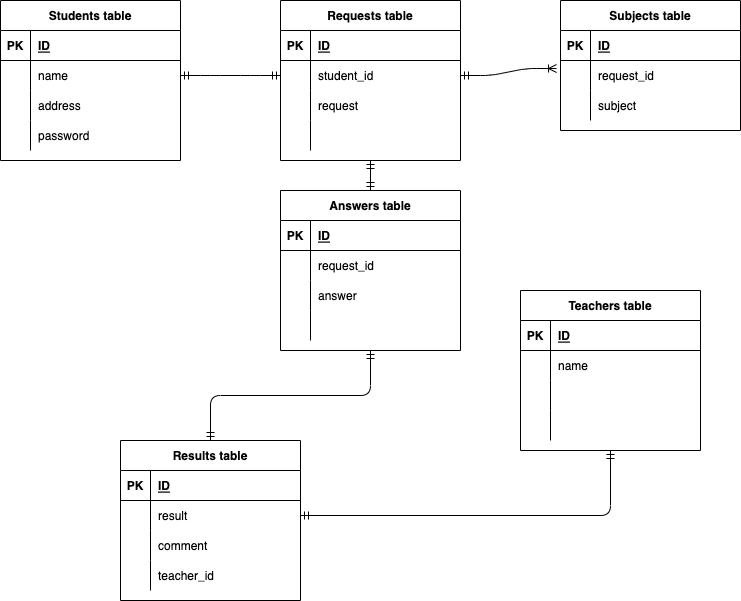
Above: test.drawio.png in nishihatakoh/databaseTest (draw.io), before the change. Source tidied: cells renumbered, new cells last; positions are measured from the earlier drawing's top-left corner, leaving out a move shared by most shapes.
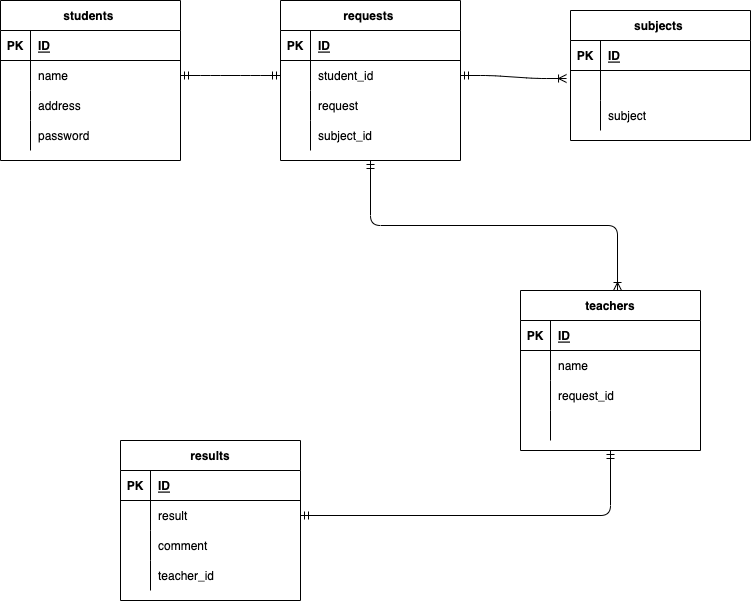
After the commit.

Diff of the diagram source:
```diff
@@ -2,7 +2,7 @@
   <root>
     <mxCell id="0" />
     <mxCell id="1" parent="0" />
-    <mxCell id="2" value="Students table" style="shape=table;startSize=30;rowLines=0;fontStyle=1;align=center;" parent="1" vertex="1">
+    <mxCell id="2" value="students " style="shape=table;startSize=30;rowLines=0;fontStyle=1;align=center;" parent="1" vertex="1">
       <mxGeometry width="180" height="160" as="geometry" />
     </mxCell>
     <mxCell id="3" style="shape=partialRectangle;fillColor=none;top=0;left=0;bottom=1;right=0;" parent="2" vertex="1">
@@ -41,7 +41,7 @@
     <mxCell id="14" value="password" style="shape=partialRectangle;fillColor=none;top=0;left=0;bottom=0;right=0;align=left;spacingLeft=6;overflow=hidden;" parent="12" vertex="1">
       <mxGeometry x="30" width="150" height="30" as="geometry" />
     </mxCell>
-    <mxCell id="15" value="Requests table" style="shape=table;startSize=30;rowLines=0;fontStyle=1;align=center;" parent="1" vertex="1">
+    <mxCell id="15" value="requests " style="shape=table;startSize=30;rowLines=0;fontStyle=1;align=center;" parent="1" vertex="1">
       <mxGeometry x="280" width="180" height="160" as="geometry" />
     </mxCell>
     <mxCell id="16" style="shape=partialRectangle;fillColor=none;top=0;left=0;bottom=1;right=0;" parent="15" vertex="1">
@@ -77,10 +77,10 @@
     <mxCell id="26" style="shape=partialRectangle;fillColor=none;top=0;left=0;bottom=0;right=0;overflow=hidden;" parent="25" vertex="1">
       <mxGeometry width="30" height="30" as="geometry" />
     </mxCell>
-    <mxCell id="27" style="shape=partialRectangle;fillColor=none;top=0;left=0;bottom=0;right=0;align=left;spacingLeft=6;overflow=hidden;" parent="25" vertex="1">
+    <mxCell id="27" value="subject_id" style="shape=partialRectangle;fillColor=none;top=0;left=0;bottom=0;right=0;align=left;spacingLeft=6;overflow=hidden;" parent="25" vertex="1">
       <mxGeometry x="30" width="150" height="30" as="geometry" />
     </mxCell>
-    <mxCell id="28" value="Results table" style="shape=table;startSize=30;rowLines=0;fontStyle=1;align=center;" parent="1" vertex="1">
+    <mxCell id="28" value="results" style="shape=table;startSize=30;rowLines=0;fontStyle=1;align=center;" parent="1" vertex="1">
       <mxGeometry x="120" y="440" width="180" height="160" as="geometry" />
     </mxCell>
     <mxCell id="29" style="shape=partialRectangle;fillColor=none;top=0;left=0;bottom=1;right=0;" parent="28" vertex="1">
@@ -119,7 +119,7 @@
     <mxCell id="40" value="teacher_id" style="shape=partialRectangle;fillColor=none;top=0;left=0;bottom=0;right=0;align=left;spacingLeft=6;overflow=hidden;" parent="38" vertex="1">
       <mxGeometry x="30" width="150" height="30" as="geometry" />
     </mxCell>
-    <mxCell id="41" value="Teachers table" style="shape=table;startSize=30;rowLines=0;fontStyle=1;align=center;" parent="1" vertex="1">
+    <mxCell id="41" value="teachers" style="shape=table;startSize=30;rowLines=0;fontStyle=1;align=center;" parent="1" vertex="1">
       <mxGeometry x="520" y="290" width="180" height="160" as="geometry" />
     </mxCell>
     <mxCell id="42" style="shape=partialRectangle;fillColor=none;top=0;left=0;bottom=1;right=0;" parent="41" vertex="1">
@@ -146,7 +146,7 @@
     <mxCell id="49" style="shape=partialRectangle;fillColor=none;top=0;left=0;bottom=0;right=0;overflow=hidden;" parent="48" vertex="1">
       <mxGeometry width="30" height="30" as="geometry" />
     </mxCell>
-    <mxCell id="50" style="shape=partialRectangle;fillColor=none;top=0;left=0;bottom=0;right=0;align=left;spacingLeft=6;overflow=hidden;" parent="48" vertex="1">
+    <mxCell id="50" value="request_id" style="shape=partialRectangle;fillColor=none;top=0;left=0;bottom=0;right=0;align=left;spacingLeft=6;overflow=hidden;" parent="48" vertex="1">
       <mxGeometry x="30" width="150" height="30" as="geometry" />
     </mxCell>
     <mxCell id="51" style="shape=partialRectangle;fillColor=none;top=0;left=0;bottom=0;right=0;" parent="41" vertex="1">
@@ -170,53 +170,8 @@
     <mxCell id="57" style="edgeStyle=orthogonalEdgeStyle;fontSize=12;html=1;endArrow=ERmandOne;startArrow=ERmandOne;exitX=1;exitY=0.5;exitDx=0;exitDy=0;entryX=0.5;entryY=1;entryDx=0;entryDy=0;" parent="1" edge="1" source="32" target="41">
       <mxGeometry relative="1" as="geometry" />
     </mxCell>
-    <mxCell id="58" value="Answers table" style="shape=table;startSize=30;rowLines=0;fontStyle=1;align=center;" parent="1" vertex="1">
-      <mxGeometry x="280" y="190" width="180" height="160" as="geometry" />
-    </mxCell>
-    <mxCell id="59" style="shape=partialRectangle;fillColor=none;top=0;left=0;bottom=1;right=0;" parent="58" vertex="1">
-      <mxGeometry y="30" width="180" height="30" as="geometry" />
-    </mxCell>
-    <mxCell id="60" value="PK" style="shape=partialRectangle;fillColor=none;top=0;left=0;bottom=0;right=0;fontStyle=1;overflow=hidden;" parent="59" vertex="1">
-      <mxGeometry width="30" height="30" as="geometry" />
-    </mxCell>
-    <mxCell id="61" value="ID" style="shape=partialRectangle;fillColor=none;top=0;left=0;bottom=0;right=0;align=left;spacingLeft=6;fontStyle=5;overflow=hidden;" parent="59" vertex="1">
-      <mxGeometry x="30" width="150" height="30" as="geometry" />
-    </mxCell>
-    <mxCell id="62" style="shape=partialRectangle;fillColor=none;top=0;left=0;bottom=0;right=0;" parent="58" vertex="1">
-      <mxGeometry y="60" width="180" height="30" as="geometry" />
-    </mxCell>
-    <mxCell id="63" style="shape=partialRectangle;fillColor=none;top=0;left=0;bottom=0;right=0;overflow=hidden;" parent="62" vertex="1">
-      <mxGeometry width="30" height="30" as="geometry" />
-    </mxCell>
-    <mxCell id="64" value="request_id" style="shape=partialRectangle;fillColor=none;top=0;left=0;bottom=0;right=0;align=left;spacingLeft=6;overflow=hidden;" parent="62" vertex="1">
-      <mxGeometry x="30" width="150" height="30" as="geometry" />
-    </mxCell>
-    <mxCell id="65" style="shape=partialRectangle;fillColor=none;top=0;left=0;bottom=0;right=0;" parent="58" vertex="1">
-      <mxGeometry y="90" width="180" height="30" as="geometry" />
-    </mxCell>
-    <mxCell id="66" style="shape=partialRectangle;fillColor=none;top=0;left=0;bottom=0;right=0;overflow=hidden;" parent="65" vertex="1">
-      <mxGeometry width="30" height="30" as="geometry" />
-    </mxCell>
-    <mxCell id="67" value="answer" style="shape=partialRectangle;fillColor=none;top=0;left=0;bottom=0;right=0;align=left;spacingLeft=6;overflow=hidden;" parent="65" vertex="1">
-      <mxGeometry x="30" width="150" height="30" as="geometry" />
-    </mxCell>
-    <mxCell id="68" style="shape=partialRectangle;fillColor=none;top=0;left=0;bottom=0;right=0;" parent="58" vertex="1">
-      <mxGeometry y="120" width="180" height="30" as="geometry" />
-    </mxCell>
-    <mxCell id="69" style="shape=partialRectangle;fillColor=none;top=0;left=0;bottom=0;right=0;overflow=hidden;" parent="68" vertex="1">
-      <mxGeometry width="30" height="30" as="geometry" />
-    </mxCell>
-    <mxCell id="70" style="shape=partialRectangle;fillColor=none;top=0;left=0;bottom=0;right=0;align=left;spacingLeft=6;overflow=hidden;" parent="68" vertex="1">
-      <mxGeometry x="30" width="150" height="30" as="geometry" />
-    </mxCell>
-    <mxCell id="71" style="fontSize=12;html=1;endArrow=ERmandOne;startArrow=ERmandOne;entryX=0.5;entryY=1;entryDx=0;entryDy=0;exitX=0.5;exitY=0;exitDx=0;exitDy=0;" parent="1" edge="1" source="58" target="15">
-      <mxGeometry relative="1" as="geometry" />
-    </mxCell>
-    <mxCell id="72" style="fontSize=12;html=1;endArrow=ERmandOne;startArrow=ERmandOne;entryX=0.5;entryY=1;entryDx=0;entryDy=0;exitX=0.5;exitY=0;exitDx=0;exitDy=0;edgeStyle=orthogonalEdgeStyle;" parent="1" edge="1" source="28" target="58">
-      <mxGeometry relative="1" as="geometry" />
-    </mxCell>
-    <mxCell id="73" value="Subjects table" style="shape=table;startSize=30;rowLines=0;fontStyle=1;align=center;" parent="1" vertex="1">
-      <mxGeometry x="560" width="180" height="130" as="geometry" />
+    <mxCell id="73" value="subjects " style="shape=table;startSize=30;rowLines=0;fontStyle=1;align=center;" parent="1" vertex="1">
+      <mxGeometry x="570" y="10" width="180" height="130" as="geometry" />
     </mxCell>
     <mxCell id="74" style="shape=partialRectangle;fillColor=none;top=0;left=0;bottom=1;right=0;" parent="73" vertex="1">
       <mxGeometry y="30" width="180" height="30" as="geometry" />
@@ -233,7 +188,7 @@
     <mxCell id="78" style="shape=partialRectangle;fillColor=none;top=0;left=0;bottom=0;right=0;overflow=hidden;" parent="77" vertex="1">
       <mxGeometry width="30" height="30" as="geometry" />
     </mxCell>
-    <mxCell id="79" value="request_id" style="shape=partialRectangle;fillColor=none;top=0;left=0;bottom=0;right=0;align=left;spacingLeft=6;overflow=hidden;" parent="77" vertex="1">
+    <mxCell id="79" style="shape=partialRectangle;fillColor=none;top=0;left=0;bottom=0;right=0;align=left;spacingLeft=6;overflow=hidden;" parent="77" vertex="1">
       <mxGeometry x="30" width="150" height="30" as="geometry" />
     </mxCell>
     <mxCell id="80" style="shape=partialRectangle;fillColor=none;top=0;left=0;bottom=0;right=0;" parent="73" vertex="1">
@@ -251,5 +206,8 @@
     <mxCell id="84" style="edgeStyle=entityRelationEdgeStyle;fontSize=12;html=1;endArrow=ERmandOne;startArrow=ERmandOne;exitX=1;exitY=0.5;exitDx=0;exitDy=0;entryX=0;entryY=0.5;entryDx=0;entryDy=0;" parent="1" edge="1" source="6" target="19">
       <mxGeometry relative="1" as="geometry" />
     </mxCell>
+    <mxCell id="85" style="edgeStyle=orthogonalEdgeStyle;fontSize=12;html=1;endArrow=ERoneToMany;startArrow=ERmandOne;exitX=0.5;exitY=1;exitDx=0;exitDy=0;entryX=0.539;entryY=0;entryDx=0;entryDy=0;entryPerimeter=0;" parent="1" edge="1" source="15" target="41">
+      <mxGeometry relative="1" as="geometry" />
+    </mxCell>
   </root>
 </mxGraphModel>
```
